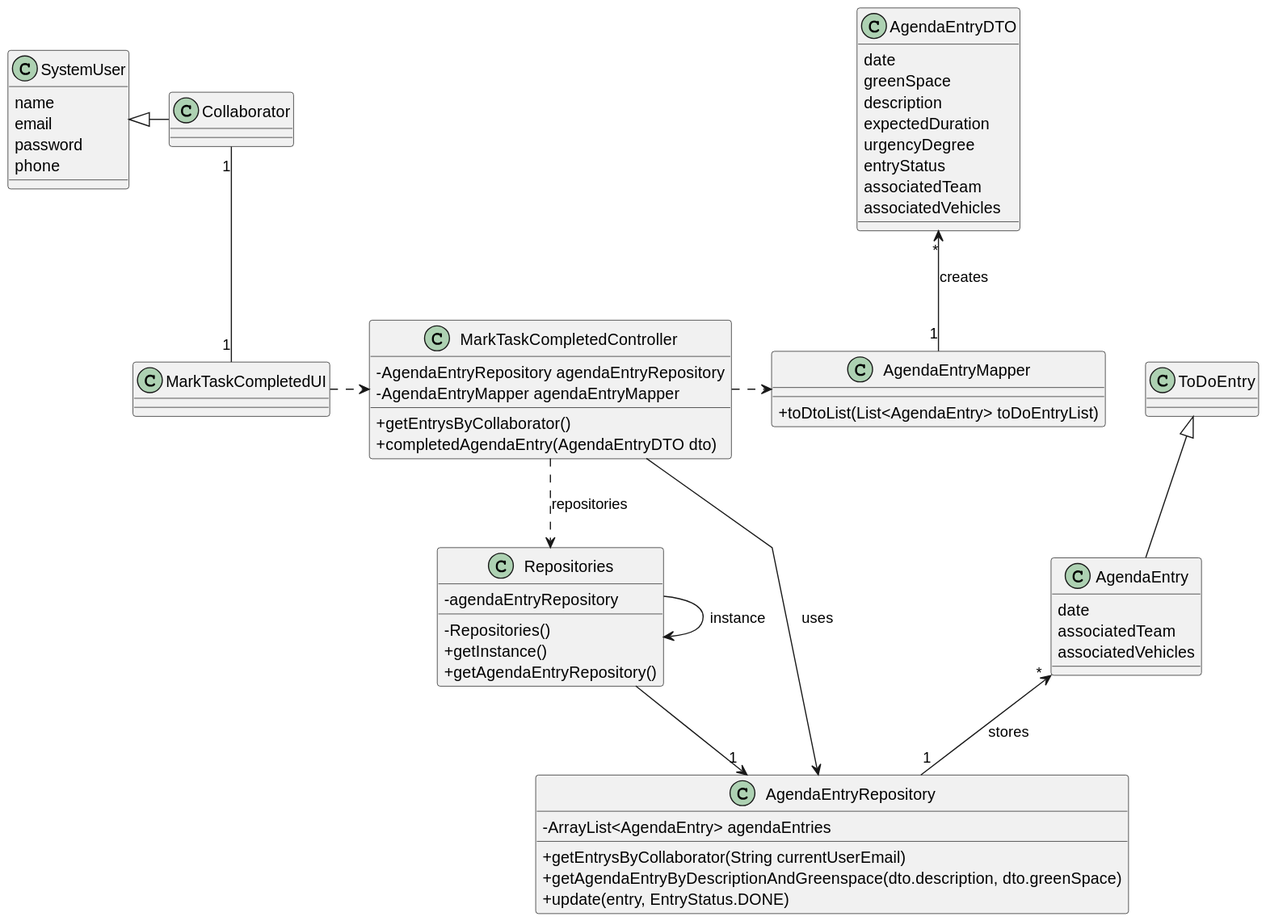
Before: docs/sprintC/us029/03.design/svg/us029-class-diagram-0.svg, a diagram exported from PlantUML (Departamento-de-Engenharia-Informatica/lei-24-s2-1do-g164).
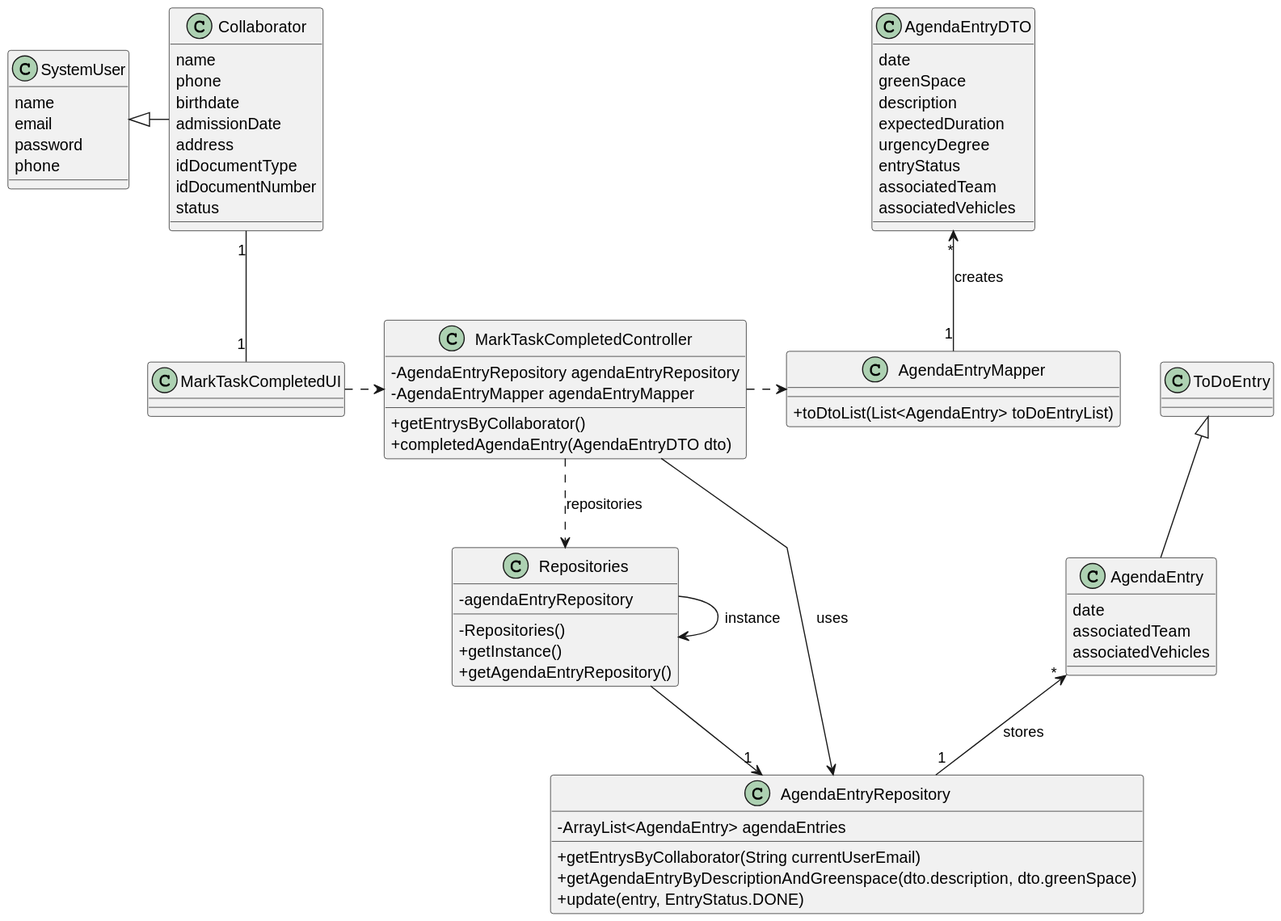
Later version of the same file.

Change to the diagram source:
```diff
@@ -29,6 +29,17 @@
     email
     password
     phone
+}
+
+class Collaborator {
+    name
+    phone
+    birthdate
+    admissionDate
+    address
+    idDocumentType
+    idDocumentNumber
+    status
 }
 
 
```
